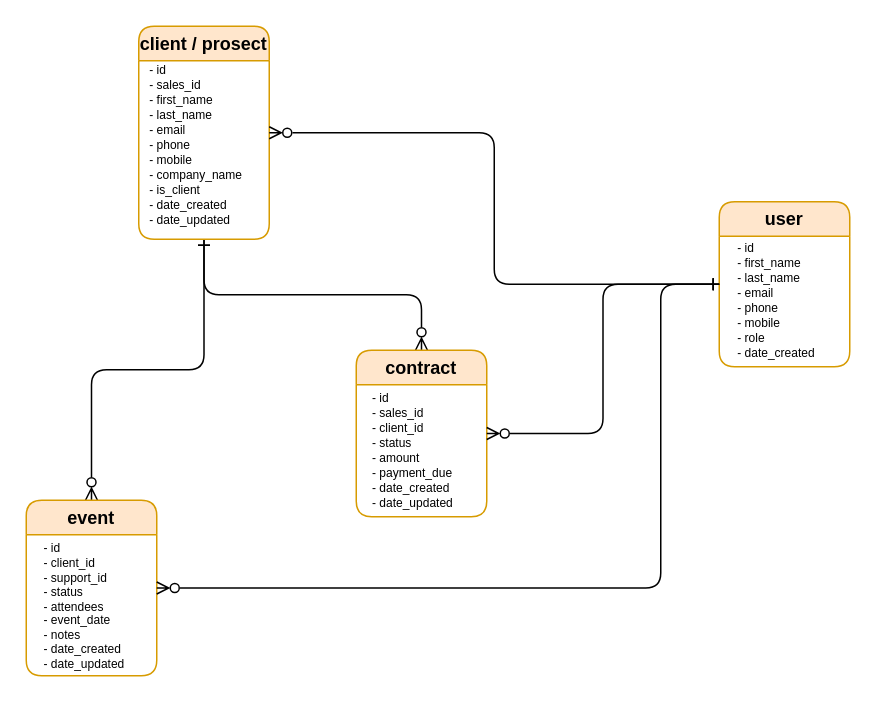
This is documents/ERD.drawio from GDSDC/OpenclassroomsProject-P12, a draw.io file, before an edit. Source tidied: cells renumbered, new cells numbered last; positions are measured from the earlier drawing's top-left corner, leaving out a move shared by most shapes. Both pictures are drawn from the tidied source at 150%, with x=0, y=0 at pixel (26, 26).
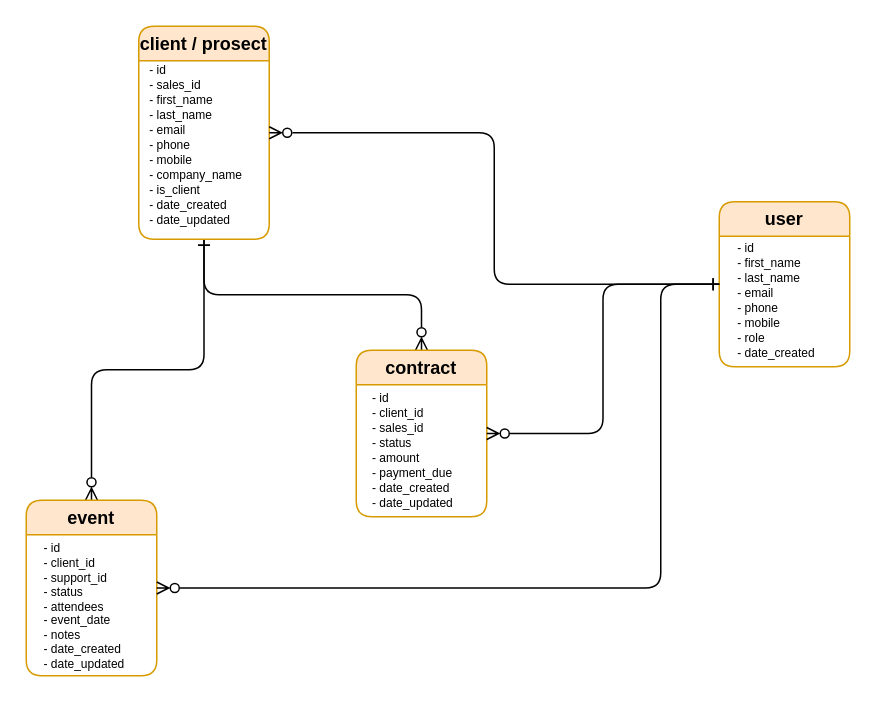
After the change.

Change to the diagram source:
```diff
@@
 <mxGraphModel>
   <root>
     <mxCell id="0" />
     <mxCell id="1" parent="0" />
     <mxCell id="2" style="edgeStyle=orthogonalEdgeStyle;jettySize=auto;html=1;exitX=0.5;exitY=1;exitDx=0;exitDy=0;startArrow=ERone;startFill=0;endArrow=ERzeroToMany;endFill=0;" parent="1" edge="1" source="4" target="8">
       <mxGeometry relative="1" as="geometry" />
     </mxCell>
     <mxCell id="3" style="edgeStyle=orthogonalEdgeStyle;jettySize=auto;html=1;exitX=0.5;exitY=1;exitDx=0;exitDy=0;startArrow=ERone;startFill=0;endArrow=ERzeroToMany;endFill=0;" parent="1" edge="1" source="4" target="6">
       <mxGeometry relative="1" as="geometry" />
     </mxCell>
     <mxCell id="4" value="client / prosect" style="swimlane;fillColor=#ffe6cc;strokeColor=#d79b00;startSize=23;rounded=1;" parent="1" vertex="1">
       <mxGeometry x="75" width="87" height="142" as="geometry" />
     </mxCell>
     <mxCell id="5" value="- id&#10;- sales_id&#10;- first_name&#10;- last_name&#10;- email&#10;- phone&#10;- mobile&#10;- company_name&#10;- is_client&#10;- date_created&#10;- date_updated" style="text;align=left;verticalAlign=middle;strokeColor=none;fillColor=none;fontSize=8;horizontal=1;spacing=2;fontStyle=0;rounded=1;" parent="4" vertex="1">
       <mxGeometry x="5.5" y="20" width="76" height="118" as="geometry" />
     </mxCell>
     <mxCell id="6" value="contract" style="swimlane;fillColor=#ffe6cc;strokeColor=#d79b00;rounded=1;" parent="1" vertex="1">
       <mxGeometry x="220" y="216" width="87" height="111" as="geometry" />
     </mxCell>
-    <mxCell id="7" value="- id&#10;- sales_id&#10;- client_id&#10;- status&#10;- amount&#10;- payment_due&#10;- date_created&#10;- date_updated" style="text;align=left;verticalAlign=middle;strokeColor=none;fillColor=none;fontSize=8;horizontal=1;spacing=2;fontStyle=0;rounded=1;" parent="6" vertex="1">
+    <mxCell id="7" value="- id&#10;- client_id&#10;- sales_id&#10;- status&#10;- amount&#10;- payment_due&#10;- date_created&#10;- date_updated" style="text;align=left;verticalAlign=middle;strokeColor=none;fillColor=none;fontSize=8;horizontal=1;spacing=2;fontStyle=0;rounded=1;" parent="6" vertex="1">
       <mxGeometry x="9" y="23" width="68" height="88" as="geometry" />
     </mxCell>
     <mxCell id="8" value="event" style="swimlane;fillColor=#ffe6cc;strokeColor=#d79b00;rounded=1;" parent="1" vertex="1">
       <mxGeometry y="316" width="87" height="117" as="geometry" />
     </mxCell>
     <mxCell id="9" value="- id&lt;br&gt;- client_id&lt;br&gt;- support_id&lt;br&gt;- status&lt;br&gt;- attendees&lt;br&gt;- event_date&lt;br&gt;- notes&lt;br&gt;- date_created&lt;br&gt;- date_updated" style="text;align=left;verticalAlign=middle;strokeColor=none;fillColor=none;fontSize=8;horizontal=1;spacing=2;fontStyle=0;html=1;rounded=1;" parent="8" vertex="1">
       <mxGeometry x="10" y="22" width="68" height="98" as="geometry" />
     </mxCell>
     <mxCell id="10" style="group;rounded=1;" parent="1" vertex="1">
       <mxGeometry x="465" y="114" width="87" height="136" as="geometry" />
     </mxCell>
     <mxCell id="11" value="user" style="swimlane;fillColor=#ffe6cc;strokeColor=#d79b00;whiteSpace=wrap;rounded=1;" parent="10" vertex="1">
       <mxGeometry x="-3" y="3" width="87" height="110" as="geometry" />
     </mxCell>
     <mxCell id="12" value="- id&#10;- first_name&#10;- last_name&#10;- email&#10;- phone&#10;- mobile&#10;- role&#10;- date_created" style="text;align=left;verticalAlign=middle;strokeColor=none;fillColor=none;fontSize=8;horizontal=1;spacing=2;fontStyle=0;rounded=1;" parent="11" vertex="1">
       <mxGeometry x="10.5" y="22" width="66" height="88" as="geometry" />
     </mxCell>
     <mxCell id="13" style="edgeStyle=orthogonalEdgeStyle;jettySize=auto;html=1;exitX=0;exitY=0.5;exitDx=0;exitDy=0;entryX=1;entryY=0.5;entryDx=0;entryDy=0;startArrow=ERone;startFill=0;endArrow=ERzeroToMany;endFill=0;" parent="1" edge="1" source="11" target="4">
       <mxGeometry relative="1" as="geometry" />
     </mxCell>
     <mxCell id="14" style="edgeStyle=orthogonalEdgeStyle;jettySize=auto;html=1;exitX=0;exitY=0.5;exitDx=0;exitDy=0;entryX=1;entryY=0.5;entryDx=0;entryDy=0;startArrow=ERone;startFill=0;endArrow=ERzeroToMany;endFill=0;" parent="1" edge="1" source="11" target="6">
       <mxGeometry relative="1" as="geometry" />
     </mxCell>
     <mxCell id="15" style="edgeStyle=orthogonalEdgeStyle;jettySize=auto;html=1;exitX=0;exitY=0.5;exitDx=0;exitDy=0;entryX=1;entryY=0.5;entryDx=0;entryDy=0;startArrow=ERone;startFill=0;endArrow=ERzeroToMany;endFill=0;" parent="1" edge="1" source="11" target="8">
       <mxGeometry relative="1" as="geometry">
         <Array as="points">
           <mxPoint x="423" y="172" />
           <mxPoint x="423" y="375" />
         </Array>
       </mxGeometry>
     </mxCell>
   </root>
 </mxGraphModel>
```
